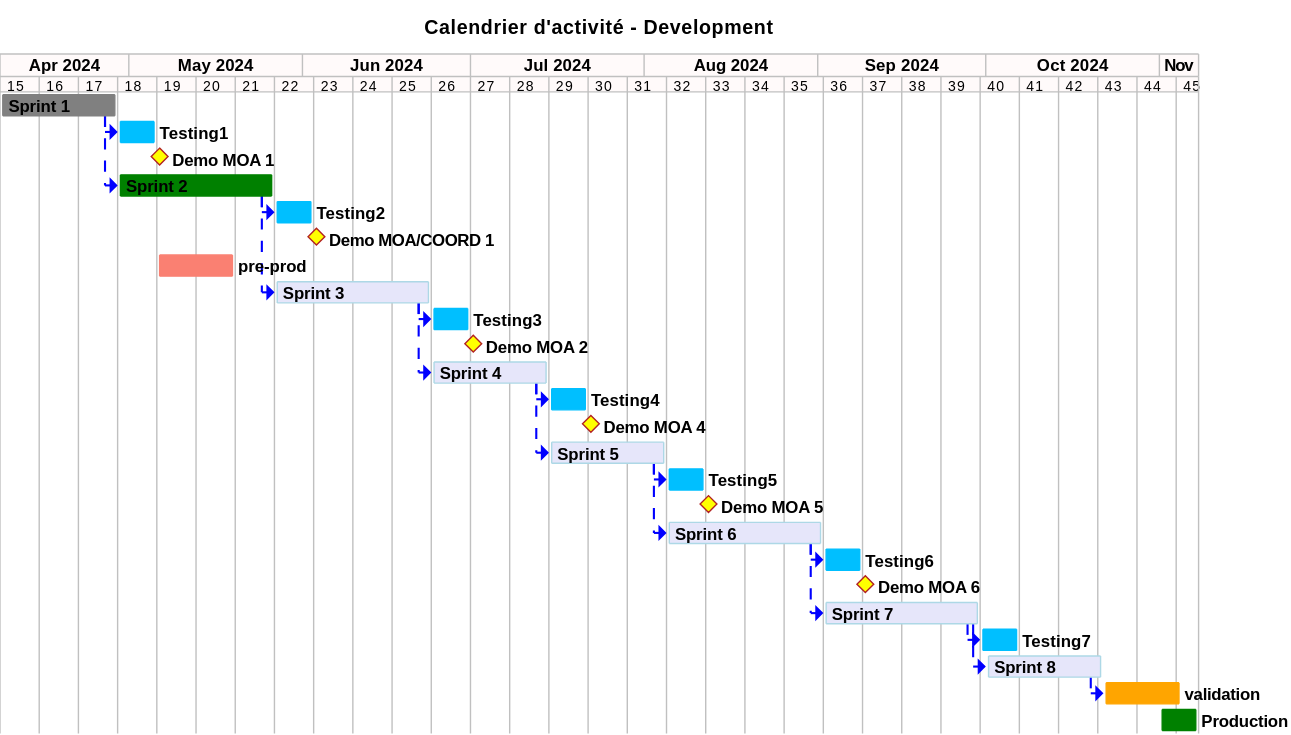
The PlantUML diagram projects/activity-calendar/not/images/refonte-activity-calendar-planning-sprints.svg in sumaris-net/sumaris-doc, before a commit. Its source is kept beside it as projects/activity-calendar/not/images/refonte-activity-calendar-planning-sprints.puml.
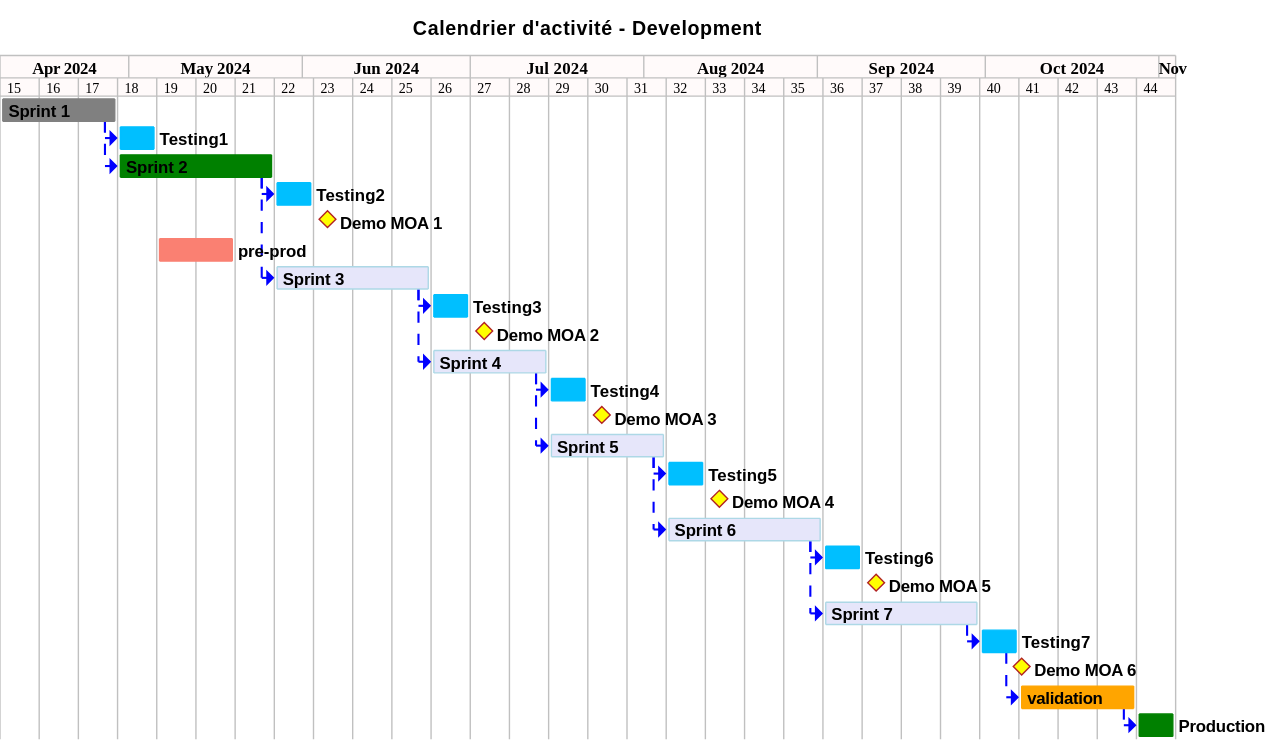
The same diagram one commit later.

Commit message:
[enh] Add Planning Demonstration MOA for Activity

The edit, as a diff of the source:
```diff
@@ -74,14 +74,14 @@
 
 [Testing1] requires 1 week
 [TASK1]->[Testing1]
-[Demo MOA 1] happens 1 day after [Testing1]'s end
+
 
 [Sprint 2] as [TASK2] requires 4 weeks
 [TASK2] is colored in green
 [TASK1]->[TASK2]
 [Testing2] requires 1 week
 [TASK2]->[Testing2]
-[Demo MOA/COORD 1] happens 1 day after [Testing2]'s end
+[Demo MOA 1] happens 3 day after [Testing2]'s end
 
 [pre-prod] as [PREPROD] requires 2 week and starts the 6th of May 2024
 [PREPROD] is colored in salmon
@@ -91,46 +91,41 @@
 [TASK2]->[TASK3]
 [Testing3] requires 1 week
 [TASK3]->[Testing3]
-[Demo MOA 2] happens 1 day after [Testing3]'s end
+[Demo MOA 2] happens 3 day after [Testing3]'s end
 
 [Sprint 4] as [TASK4] requires 3 weeks
 [TASK4] is colored in Lavender/LightBlue
 [TASK3]->[TASK4]
 [Testing4] requires 1 week
 [TASK4]->[Testing4]
-[Demo MOA 4] happens 1 day after [Testing4]'s end
+[Demo MOA 3] happens 3 day after [Testing4]'s end
 
 [Sprint 5] as [TASK5] requires 3 weeks
 [TASK5] is colored in Lavender/LightBlue
 [TASK4]->[TASK5]
 [Testing5] requires 1 week and starts the 5th of August 2024
 [TASK5]->[Testing5]
-[Demo MOA 5] happens 1 day after [Testing5]'s end
+[Demo MOA 4] happens 3 day after [Testing5]'s end
 
 [Sprint 6] as [TASK6] requires 4 weeks and starts the 5th of August 2024
 [TASK6] is colored in Lavender/LightBlue
 [TASK5]->[TASK6]
 [Testing6] requires 1 week
 [TASK6]->[Testing6]
-[Demo MOA 6] happens 1 day after [Testing6]'s end
+[Demo MOA 5] happens 3 day after [Testing6]'s end
 
 [Sprint 7] as [TASK7] requires 4 weeks and starts the 2th of September 2024
 [TASK7] is colored in Lavender/LightBlue
 [TASK6]->[TASK7]
 [TASK7]->[Testing7]
 [Testing7] requires 1 week and starts the 22th of September 2024
+[Demo MOA 6] happens 2 day after [Testing7]'s end
 
-[Sprint 8] as [TASK8] requires 3 weeks and starts the 1th of October 2024
-[TASK8] is colored in Lavender/LightBlue
-[TASK7]->[TASK8]
+[validation] as [VAL] requires 3 week and starts the 1th of October 2024
+[VAL] is colored in orange
+[Testing7]->[VAL]
 
-
-
-[validation] as [VAL] requires 2 week and starts the 22th of October 2024
-[VAL] is colored in orange
-[TASK8]->[VAL]
-
-[Production] as [PROD] requires 1 week and starts the 1th of Novembre 2024
+[Production] as [PROD] requires 1 week and starts the 22th of October 2024
 [PROD] is colored in green
-
+[VAL]->[PROD]
 @endgantt
```
